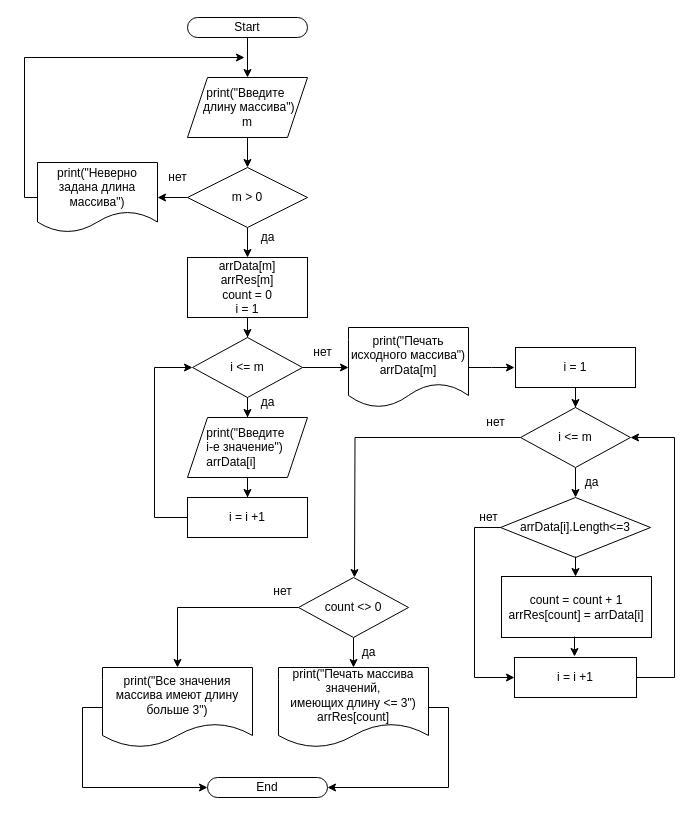
This is Itog_alg.drawio from IrinaPronko/Final-test-work-1-quarter, a draw.io file, before an edit. Source tidied: cells renumbered, new cells numbered last; positions are measured from the earlier drawing's top-left corner, leaving out a move shared by most shapes. Both pictures are drawn from the tidied source at 100%, with x=0, y=0 at pixel (24, 17).
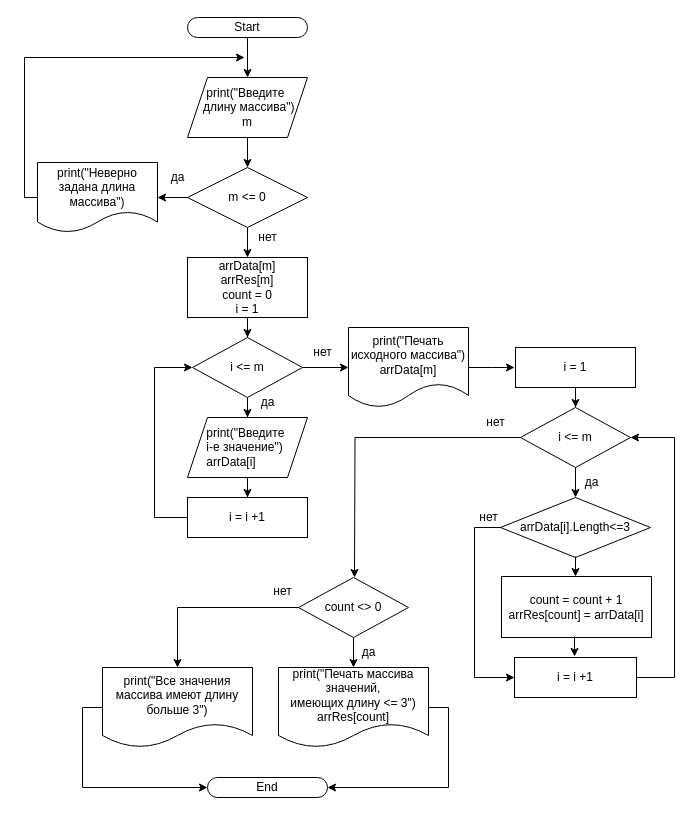
The same page after the edit.

Commit message (it also covers changes not shown here):
Correction of the flowchart in terms of checking the correctness of input

Change to the diagram source:
```diff
@@
-    <mxCell id="8" value="m &amp;gt; 0" style="rhombus;whiteSpace=wrap;html=1;" parent="1" vertex="1">
+    <mxCell id="8" value="m &amp;lt;= 0" style="rhombus;whiteSpace=wrap;html=1;" parent="1" vertex="1">
       <mxGeometry x="163" y="150" width="120" height="60" as="geometry" />
     </mxCell>
@@
-    <mxCell id="11" value="да" style="text;html=1;align=center;verticalAlign=middle;strokeColor=none;fillColor=none;" parent="1" vertex="1">
+    <mxCell id="11" value="нет" style="text;html=1;align=center;verticalAlign=middle;strokeColor=none;fillColor=none;" parent="1" vertex="1">
       <mxGeometry x="223" y="205" width="40" height="30" as="geometry" />
     </mxCell>
@@
-    <mxCell id="14" value="нет" style="text;html=1;align=center;verticalAlign=middle;strokeColor=none;fillColor=none;" parent="1" vertex="1">
+    <mxCell id="14" value="да" style="text;html=1;align=center;verticalAlign=middle;strokeColor=none;fillColor=none;" parent="1" vertex="1">
       <mxGeometry x="133" y="145" width="40" height="30" as="geometry" />
     </mxCell>
```
